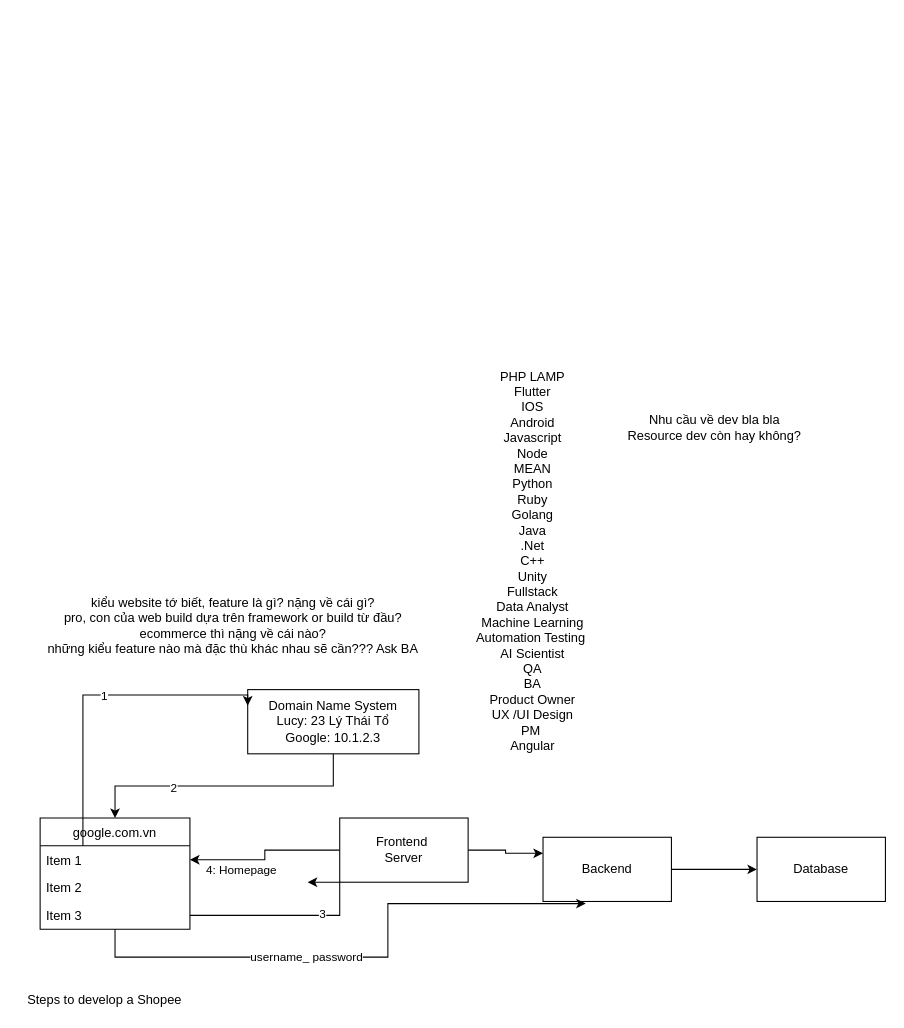
The draw.io diagram Untitled Diagram.drawio in emsnguyen/angular_conFusion, before the edit. Source tidied: cells renumbered, new cells numbered last; positions are measured from the earlier drawing's top-left corner, leaving out a move shared by most shapes. Both pictures are drawn from the tidied source at 107%, with x=0, y=0 at pixel (18, 368).
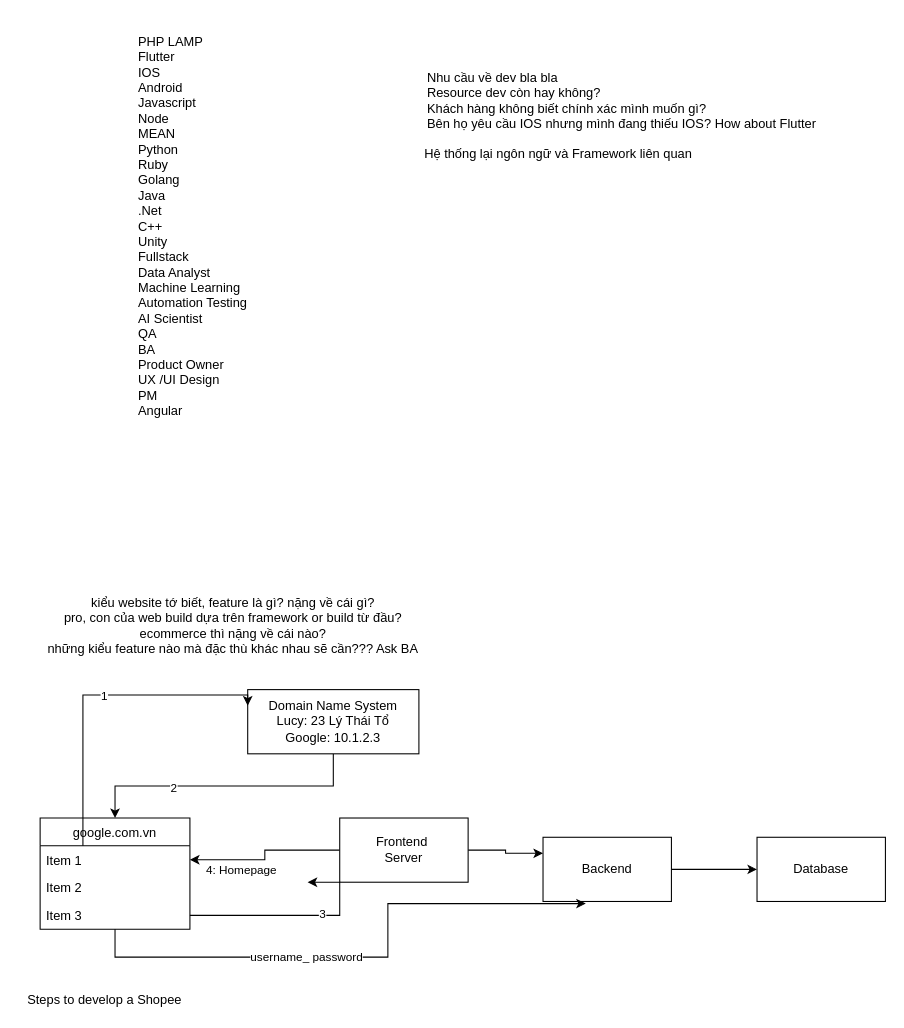
The same diagram, later.

Change to the diagram source:
```diff
@@
-    <mxCell id="24" value="PHP LAMP&lt;br&gt;Flutter&lt;br&gt;IOS&lt;br&gt;Android&lt;br&gt;Javascript&lt;br&gt;Node&lt;br&gt;MEAN&lt;br&gt;Python&lt;br&gt;Ruby&lt;br&gt;Golang&lt;br&gt;Java&lt;br&gt;.Net&lt;br&gt;C++&lt;br&gt;Unity&lt;br&gt;Fullstack&lt;br&gt;Data Analyst&lt;br&gt;Machine Learning&lt;br&gt;Automation Testing&amp;nbsp;&lt;br&gt;AI Scientist&lt;br&gt;QA&lt;br&gt;BA&lt;br&gt;Product Owner&lt;br&gt;UX /UI Design&lt;br&gt;PM&amp;nbsp;&lt;br&gt;Angular" style="text;html=1;align=center;verticalAlign=middle;strokeColor=none;" parent="1" vertex="1">
-      <mxGeometry x="420" width="120" height="360" as="geometry" />
+    <mxCell id="24" value="&lt;br&gt;PHP LAMP&lt;br&gt;Flutter&lt;br&gt;IOS&lt;br&gt;Android&lt;br&gt;Javascript&lt;br&gt;Node&lt;br&gt;MEAN&lt;br&gt;Python&lt;br&gt;Ruby&lt;br&gt;Golang&lt;br&gt;Java&lt;br&gt;.Net&lt;br&gt;C++&lt;br&gt;Unity&lt;br&gt;Fullstack&lt;br&gt;Data Analyst&lt;br&gt;Machine Learning&lt;br&gt;Automation Testing&amp;nbsp;&lt;br&gt;AI Scientist&lt;br&gt;QA&lt;br&gt;BA&lt;br&gt;Product Owner&lt;br&gt;UX /UI Design&lt;br&gt;PM&amp;nbsp;&lt;br&gt;Angular" style="text;html=1;align=left;verticalAlign=middle;strokeColor=none;" parent="1" vertex="1">
+      <mxGeometry x="110" y="-325" width="120" height="370" as="geometry" />
     </mxCell>
-    <mxCell id="25" value="Nhu cầu về dev bla bla&lt;br&gt;Resource dev còn hay không?" style="text;html=1;align=center;verticalAlign=middle;strokeColor=none;" parent="1" vertex="1">
-      <mxGeometry x="560" y="40" width="180" height="30" as="geometry" />
+    <mxCell id="25" value="Nhu cầu về dev bla bla&lt;br&gt;Resource dev còn hay không?&lt;br&gt;&lt;div&gt;&lt;span&gt;Khách hàng không biết chính xác mình muốn gì?&lt;br&gt;Bên họ yêu cầu IOS nhưng mình đang thiếu IOS? How about Flutter&lt;/span&gt;&lt;/div&gt;" style="text;html=1;align=left;verticalAlign=middle;strokeColor=none;" parent="1" vertex="1">
+      <mxGeometry x="380" y="-280" width="380" height="60" as="geometry" />
     </mxCell>
+    <mxCell id="26" value="&lt;div style=&quot;text-align: left&quot;&gt;&lt;span&gt;Hệ thống lại ngôn ngữ và Framework liên quan&lt;/span&gt;&lt;/div&gt;" style="text;html=1;align=center;verticalAlign=middle;strokeColor=none;" parent="1" vertex="1">
+      <mxGeometry x="369" y="-210" width="270" height="20" as="geometry" />
+    </mxCell>
```
